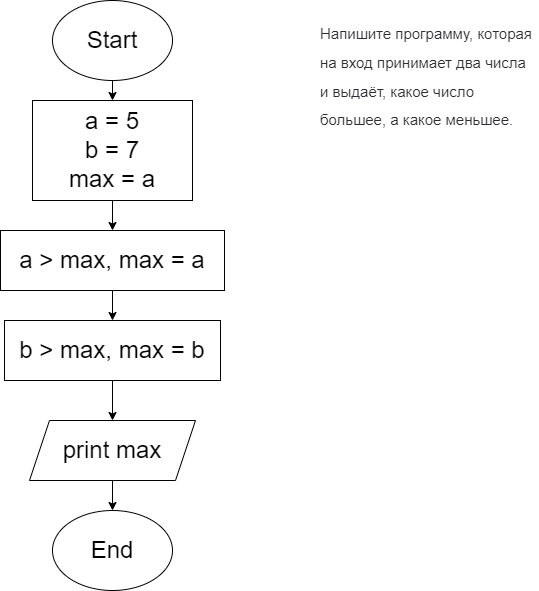
Earlier version of the draw.io export Task101/diagrame.drawio.png (DmitriyMorin/HomeWork). Source tidied: cells renumbered, new cells last; positions are measured from the earlier drawing's top-left corner, leaving out a move shared by most shapes.
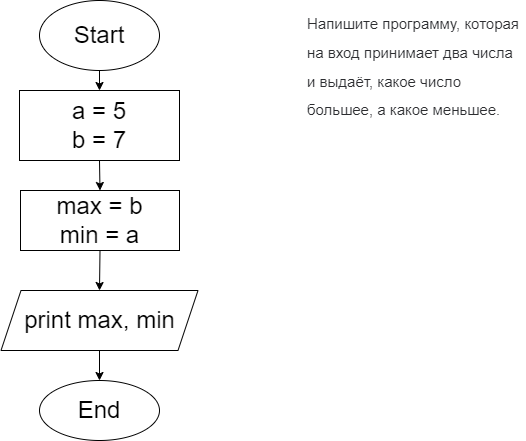
After the change.

The edit, as a diff of the source:
```diff
@@ -6,37 +6,31 @@
       <mxGeometry relative="1" as="geometry" />
     </mxCell>
     <mxCell id="3" value="Start" style="ellipse;whiteSpace=wrap;html=1;fontSize=24;" parent="1" vertex="1">
-      <mxGeometry x="52" width="120" height="80" as="geometry" />
+      <mxGeometry x="52" y="10" width="120" height="70" as="geometry" />
     </mxCell>
     <mxCell id="4" value="&lt;span style=&quot;color: rgb(44, 45, 48); font-family: roboto, &amp;quot;san francisco&amp;quot;, &amp;quot;helvetica neue&amp;quot;, helvetica, arial; font-size: 15px; font-style: normal; font-weight: 400; letter-spacing: normal; text-indent: 0px; text-transform: none; word-spacing: 0px; background-color: rgb(255, 255, 255); display: inline; float: none;&quot;&gt;Напишите программу, которая на вход принимает два числа и выдаёт, какое число большее, а какое меньшее.&lt;/span&gt;" style="text;whiteSpace=wrap;html=1;fontSize=24;" parent="1" vertex="1">
       <mxGeometry x="318" y="10" width="220" height="120" as="geometry" />
     </mxCell>
-    <mxCell id="5" style="edgeStyle=none;html=1;exitX=0.5;exitY=1;exitDx=0;exitDy=0;entryX=0.5;entryY=0;entryDx=0;entryDy=0;fontSize=24;" parent="1" edge="1" source="6" target="8">
-      <mxGeometry relative="1" as="geometry" />
-    </mxCell>
+    <mxCell id="14" style="edgeStyle=none;html=1;exitX=0.5;exitY=1;exitDx=0;exitDy=0;entryX=0.5;entryY=0;entryDx=0;entryDy=0;fontSize=24;" parent="1" edge="1" source="6" target="16">
+      <mxGeometry relative="1" as="geometry" />
+    </mxCell>
-    <mxCell id="6" value="a = 5&lt;br&gt;b = 7&lt;br&gt;max = a" style="rounded=0;whiteSpace=wrap;html=1;fontSize=24;" parent="1" vertex="1">
-      <mxGeometry x="32" y="100" width="160" height="100" as="geometry" />
+    <mxCell id="6" value="a = 5&lt;br&gt;b = 7" style="rounded=0;whiteSpace=wrap;html=1;fontSize=24;" parent="1" vertex="1">
+      <mxGeometry x="32" y="100" width="160" height="70" as="geometry" />
     </mxCell>
-    <mxCell id="7" style="edgeStyle=none;html=1;exitX=0.5;exitY=1;exitDx=0;exitDy=0;entryX=0.5;entryY=0;entryDx=0;entryDy=0;fontSize=24;" parent="1" edge="1" source="8" target="13">
-      <mxGeometry relative="1" as="geometry" />
-    </mxCell>
-    <mxCell id="8" value="a &amp;gt; max, max = a" style="rounded=0;whiteSpace=wrap;html=1;fontSize=24;" parent="1" vertex="1">
-      <mxGeometry y="230" width="224" height="60" as="geometry" />
-    </mxCell>
     <mxCell id="9" style="edgeStyle=none;html=1;exitX=0.5;exitY=1;exitDx=0;exitDy=0;entryX=0.5;entryY=0;entryDx=0;entryDy=0;fontSize=24;" parent="1" edge="1" source="10" target="11">
       <mxGeometry relative="1" as="geometry" />
     </mxCell>
-    <mxCell id="10" value="print max" style="shape=parallelogram;perimeter=parallelogramPerimeter;whiteSpace=wrap;html=1;fixedSize=1;fontSize=24;" parent="1" vertex="1">
-      <mxGeometry x="29" y="420" width="166" height="60" as="geometry" />
+    <mxCell id="10" value="print max, min" style="shape=parallelogram;perimeter=parallelogramPerimeter;whiteSpace=wrap;html=1;fixedSize=1;fontSize=24;" parent="1" vertex="1">
+      <mxGeometry x="13.5" y="300" width="197" height="60" as="geometry" />
     </mxCell>
     <mxCell id="11" value="End" style="ellipse;whiteSpace=wrap;html=1;fontSize=24;" parent="1" vertex="1">
-      <mxGeometry x="52" y="510" width="120" height="80" as="geometry" />
+      <mxGeometry x="52" y="390" width="120" height="60" as="geometry" />
     </mxCell>
-    <mxCell id="12" style="edgeStyle=none;html=1;exitX=0.5;exitY=1;exitDx=0;exitDy=0;entryX=0.5;entryY=0;entryDx=0;entryDy=0;fontSize=24;" parent="1" edge="1" source="13" target="10">
-      <mxGeometry relative="1" as="geometry" />
-    </mxCell>
-    <mxCell id="13" value="b &amp;gt; max, max = b" style="rounded=0;whiteSpace=wrap;html=1;fontSize=24;" parent="1" vertex="1">
-      <mxGeometry x="4" y="320" width="216" height="60" as="geometry" />
-    </mxCell>
+    <mxCell id="15" style="edgeStyle=none;html=1;exitX=0.5;exitY=1;exitDx=0;exitDy=0;entryX=0.5;entryY=0;entryDx=0;entryDy=0;fontSize=24;" parent="1" edge="1" source="16" target="10">
+      <mxGeometry relative="1" as="geometry" />
+    </mxCell>
+    <mxCell id="16" value="max = b&lt;br&gt;min = a" style="rounded=0;whiteSpace=wrap;html=1;fontSize=24;" parent="1" vertex="1">
+      <mxGeometry x="33" y="200" width="159" height="60" as="geometry" />
+    </mxCell>
   </root>
 </mxGraphModel>
```
